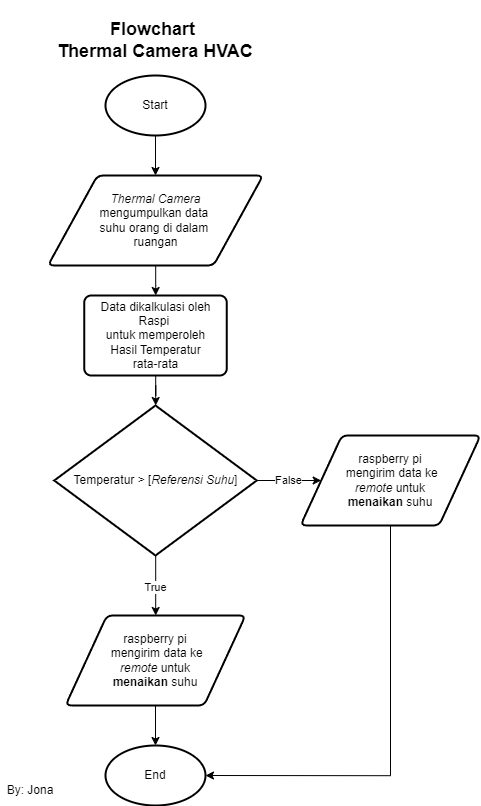
Before: doc/img/flowchart.png, a diagram exported from draw.io (robotjaol/thermal_cam_HVAC). Source tidied: cells renumbered, new cells last; positions are measured from the earlier drawing's top-left corner, leaving out a move shared by most shapes.
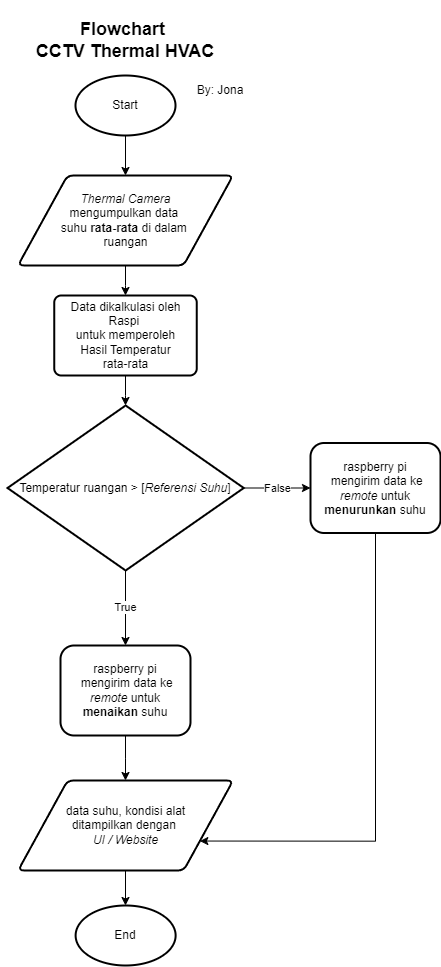
Above is the later version.

Change to the diagram source:
```diff
@@ -2,53 +2,66 @@
   <root>
     <mxCell id="0" />
     <mxCell id="1" parent="0" />
-    <mxCell id="2" style="edgeStyle=orthogonalEdgeStyle;rounded=0;jettySize=auto;html=1;" parent="1" edge="1" source="3" target="5">
-      <mxGeometry relative="1" as="geometry" />
-    </mxCell>
+    <mxCell id="18" style="group;" parent="1" vertex="1">
+      <mxGeometry x="1030" y="-960" width="440" height="965" as="geometry" />
+    </mxCell>
+    <mxCell id="19" style="edgeStyle=orthogonalEdgeStyle;rounded=0;jettySize=auto;html=1;" parent="18" edge="1" source="3" target="21">
+      <mxGeometry relative="1" as="geometry" />
+    </mxCell>
-    <mxCell id="3" value="Start" style="strokeWidth=2;html=1;shape=mxgraph.flowchart.start_1;whiteSpace=wrap;" parent="1" vertex="1">
-      <mxGeometry x="105" y="75" width="100" height="60" as="geometry" />
+    <mxCell id="3" value="Start" style="strokeWidth=2;html=1;shape=mxgraph.flowchart.start_1;whiteSpace=wrap;" parent="18" vertex="1">
+      <mxGeometry x="75" y="75" width="100" height="60" as="geometry" />
     </mxCell>
-    <mxCell id="4" style="edgeStyle=orthogonalEdgeStyle;rounded=0;jettySize=auto;html=1;" parent="1" edge="1" source="5" target="7">
-      <mxGeometry relative="1" as="geometry" />
-    </mxCell>
-    <mxCell id="5" value="&lt;i&gt;Thermal Camera&lt;/i&gt;&lt;div&gt;mengumpulkan data&amp;nbsp;&lt;/div&gt;&lt;div&gt;suhu orang di dalam&amp;nbsp;&lt;/div&gt;&lt;div&gt;ruangan&lt;/div&gt;" style="shape=parallelogram;html=1;strokeWidth=2;perimeter=parallelogramPerimeter;whiteSpace=wrap;rounded=1;arcSize=12;size=0.23;" parent="1" vertex="1">
-      <mxGeometry x="47.5" y="175" width="215" height="90" as="geometry" />
-    </mxCell>
-    <mxCell id="6" style="edgeStyle=orthogonalEdgeStyle;rounded=0;jettySize=auto;html=1;" parent="1" edge="1" source="7" target="10">
-      <mxGeometry relative="1" as="geometry" />
-    </mxCell>
+    <mxCell id="20" style="edgeStyle=orthogonalEdgeStyle;rounded=0;jettySize=auto;html=1;" parent="18" edge="1" source="21" target="7">
+      <mxGeometry relative="1" as="geometry" />
+    </mxCell>
+    <mxCell id="21" value="&lt;i&gt;Thermal Camera&lt;/i&gt;&lt;div&gt;mengumpulkan data&amp;nbsp;&lt;/div&gt;&lt;div&gt;suhu &lt;b&gt;rata-rata&lt;/b&gt; di dalam&amp;nbsp;&lt;/div&gt;&lt;div&gt;ruangan&lt;/div&gt;" style="shape=parallelogram;html=1;strokeWidth=2;perimeter=parallelogramPerimeter;whiteSpace=wrap;rounded=1;arcSize=12;size=0.23;" parent="18" vertex="1">
+      <mxGeometry x="17.5" y="175" width="215" height="90" as="geometry" />
+    </mxCell>
+    <mxCell id="22" style="edgeStyle=orthogonalEdgeStyle;rounded=0;jettySize=auto;html=1;" parent="18" edge="1" source="7" target="23">
+      <mxGeometry relative="1" as="geometry" />
+    </mxCell>
-    <mxCell id="7" value="Data dikalkulasi oleh Raspi&amp;nbsp;&lt;div&gt;untuk memperoleh&lt;/div&gt;&lt;div&gt;Hasil Temperatur&lt;/div&gt;&lt;div&gt;rata-rata&lt;/div&gt;" style="rounded=1;whiteSpace=wrap;html=1;absoluteArcSize=1;arcSize=14;strokeWidth=2;" parent="1" vertex="1">
-      <mxGeometry x="83.8" y="295" width="142.5" height="80" as="geometry" />
+    <mxCell id="7" value="Data dikalkulasi oleh Raspi&amp;nbsp;&lt;div&gt;untuk memperoleh&lt;/div&gt;&lt;div&gt;Hasil Temperatur&lt;/div&gt;&lt;div&gt;rata-rata&lt;/div&gt;" style="rounded=1;whiteSpace=wrap;html=1;absoluteArcSize=1;arcSize=14;strokeWidth=2;" parent="18" vertex="1">
+      <mxGeometry x="53.8" y="295" width="142.5" height="80" as="geometry" />
     </mxCell>
+    <mxCell id="9" value="False" style="edgeStyle=orthogonalEdgeStyle;rounded=0;jettySize=auto;html=1;" parent="18" edge="1" source="23" target="28">
+      <mxGeometry relative="1" as="geometry" />
+    </mxCell>
-    <mxCell id="8" value="True" style="edgeStyle=orthogonalEdgeStyle;rounded=0;jettySize=auto;html=1;" parent="1" edge="1" source="10" target="12">
+    <mxCell id="8" value="True" style="edgeStyle=orthogonalEdgeStyle;rounded=0;jettySize=auto;html=1;" parent="18" edge="1" source="23" target="26">
       <mxGeometry relative="1" as="geometry" />
     </mxCell>
-    <mxCell id="9" value="False" style="edgeStyle=orthogonalEdgeStyle;rounded=0;jettySize=auto;html=1;" parent="1" edge="1" source="10" target="13">
-      <mxGeometry relative="1" as="geometry" />
-    </mxCell>
-    <mxCell id="10" value="Temperatur &amp;gt; [&lt;i&gt;Referensi Suhu&lt;/i&gt;]" style="strokeWidth=2;html=1;shape=mxgraph.flowchart.decision;whiteSpace=wrap;" parent="1" vertex="1">
-      <mxGeometry x="53.8" y="405" width="202.5" height="150" as="geometry" />
-    </mxCell>
-    <mxCell id="11" style="edgeStyle=orthogonalEdgeStyle;rounded=0;jettySize=auto;html=1;" parent="1" edge="1" source="12" target="14">
-      <mxGeometry relative="1" as="geometry" />
-    </mxCell>
-    <mxCell id="12" value="&lt;div&gt;raspberry pi&lt;/div&gt;&amp;nbsp;mengirim data ke&lt;div&gt;&lt;i&gt;remote &lt;/i&gt;untuk&lt;/div&gt;&lt;div&gt;&lt;b&gt;menaikan&lt;/b&gt; suhu&lt;/div&gt;" style="shape=parallelogram;html=1;strokeWidth=2;perimeter=parallelogramPerimeter;whiteSpace=wrap;rounded=1;arcSize=12;size=0.23;" parent="1" vertex="1">
-      <mxGeometry x="65" y="615" width="180" height="90" as="geometry" />
-    </mxCell>
-    <mxCell id="13" value="&lt;div&gt;raspberry pi&lt;/div&gt;&amp;nbsp;mengirim data ke&lt;div&gt;&lt;i&gt;remote &lt;/i&gt;untuk&lt;/div&gt;&lt;div&gt;&lt;b&gt;menaikan&lt;/b&gt; suhu&lt;/div&gt;" style="shape=parallelogram;html=1;strokeWidth=2;perimeter=parallelogramPerimeter;whiteSpace=wrap;rounded=1;arcSize=12;size=0.23;" parent="1" vertex="1">
-      <mxGeometry x="300" y="435" width="180" height="90" as="geometry" />
-    </mxCell>
+    <mxCell id="23" value="Temperatur ruangan &amp;gt; [&lt;i&gt;Referensi Suhu&lt;/i&gt;]" style="strokeWidth=2;html=1;shape=mxgraph.flowchart.decision;whiteSpace=wrap;" parent="18" vertex="1">
+      <mxGeometry x="7" y="405" width="236.2" height="165" as="geometry" />
+    </mxCell>
+    <mxCell id="24" value="&lt;span style=&quot;font-size: 18px;&quot;&gt;&lt;b&gt;Flowchart&amp;nbsp;&lt;/b&gt;&lt;/span&gt;&lt;div&gt;&lt;span style=&quot;font-size: 18px;&quot;&gt;&lt;b&gt;CCTV Thermal HVAC&lt;/b&gt;&lt;/span&gt;&lt;/div&gt;" style="text;html=1;align=center;verticalAlign=middle;whiteSpace=wrap;rounded=0;" parent="18" vertex="1">
+      <mxGeometry width="250" height="80" as="geometry" />
+    </mxCell>
+    <mxCell id="17" value="By: Jona" style="text;html=1;align=center;verticalAlign=middle;whiteSpace=wrap;rounded=0;" parent="18" vertex="1">
+      <mxGeometry x="190.1" y="75" width="60" height="30" as="geometry" />
+    </mxCell>
+    <mxCell id="25" style="edgeStyle=orthogonalEdgeStyle;rounded=0;jettySize=auto;html=1;" parent="18" edge="1" source="26" target="30">
+      <mxGeometry relative="1" as="geometry" />
+    </mxCell>
+    <mxCell id="26" value="&lt;div&gt;raspberry pi&lt;/div&gt;&amp;nbsp;mengirim data ke&lt;div&gt;&lt;i&gt;remote&amp;nbsp;&lt;/i&gt;untuk&lt;/div&gt;&lt;div&gt;&lt;b&gt;menaikan&lt;/b&gt;&amp;nbsp;suhu&lt;/div&gt;" style="rounded=1;whiteSpace=wrap;html=1;strokeWidth=2;" parent="18" vertex="1">
+      <mxGeometry x="60" y="645" width="130" height="90" as="geometry" />
+    </mxCell>
+    <mxCell id="27" style="edgeStyle=orthogonalEdgeStyle;rounded=0;jettySize=auto;html=1;exitX=0.5;exitY=1;exitDx=0;exitDy=0;entryX=1;entryY=0.75;entryDx=0;entryDy=0;" parent="18" edge="1" source="28" target="30">
+      <mxGeometry relative="1" as="geometry">
+        <Array as="points">
+          <mxPoint x="375" y="841" />
+        </Array>
+      </mxGeometry>
+    </mxCell>
+    <mxCell id="28" value="&lt;div&gt;raspberry pi&lt;/div&gt;&amp;nbsp;mengirim data ke&lt;div&gt;&lt;i&gt;remote&amp;nbsp;&lt;/i&gt;untuk&lt;/div&gt;&lt;div&gt;&lt;b&gt;menurunkan&lt;/b&gt;&amp;nbsp;suhu&lt;/div&gt;" style="rounded=1;whiteSpace=wrap;html=1;strokeWidth=2;" parent="18" vertex="1">
+      <mxGeometry x="310" y="442.5" width="130" height="90" as="geometry" />
+    </mxCell>
+    <mxCell id="29" style="edgeStyle=orthogonalEdgeStyle;rounded=0;jettySize=auto;html=1;" parent="18" edge="1" source="30" target="14">
+      <mxGeometry relative="1" as="geometry" />
+    </mxCell>
+    <mxCell id="30" value="data suhu, kondisi alat&lt;div&gt;ditampilkan dengan&amp;nbsp;&lt;div&gt;&lt;i&gt;UI / Website&lt;/i&gt;&lt;/div&gt;&lt;/div&gt;" style="shape=parallelogram;html=1;strokeWidth=2;perimeter=parallelogramPerimeter;whiteSpace=wrap;rounded=1;arcSize=12;size=0.23;" parent="18" vertex="1">
+      <mxGeometry x="17.6" y="780" width="215" height="90" as="geometry" />
+    </mxCell>
-    <mxCell id="14" value="End" style="strokeWidth=2;html=1;shape=mxgraph.flowchart.start_1;whiteSpace=wrap;" parent="1" vertex="1">
-      <mxGeometry x="105" y="745" width="100" height="60" as="geometry" />
+    <mxCell id="14" value="End" style="strokeWidth=2;html=1;shape=mxgraph.flowchart.start_1;whiteSpace=wrap;" parent="18" vertex="1">
+      <mxGeometry x="75.1" y="905" width="100" height="60" as="geometry" />
     </mxCell>
-    <mxCell id="15" style="edgeStyle=orthogonalEdgeStyle;rounded=0;jettySize=auto;html=1;exitX=0.5;exitY=1;exitDx=0;exitDy=0;entryX=1;entryY=0.5;entryDx=0;entryDy=0;entryPerimeter=0;" parent="1" edge="1" source="13" target="14">
-      <mxGeometry relative="1" as="geometry" />
-    </mxCell>
-    <mxCell id="16" value="&lt;span style=&quot;font-size: 18px;&quot;&gt;&lt;b&gt;Flowchart&amp;nbsp;&lt;/b&gt;&lt;/span&gt;&lt;div&gt;&lt;span style=&quot;font-size: 18px;&quot;&gt;&lt;b&gt;Thermal Camera HVAC&lt;/b&gt;&lt;/span&gt;&lt;/div&gt;" style="text;html=1;align=center;verticalAlign=middle;whiteSpace=wrap;rounded=0;" parent="1" vertex="1">
-      <mxGeometry x="30" width="250" height="80" as="geometry" />
-    </mxCell>
-    <mxCell id="17" value="By: Jona" style="text;html=1;align=center;verticalAlign=middle;whiteSpace=wrap;rounded=0;" parent="1" vertex="1">
-      <mxGeometry y="775" width="60" height="30" as="geometry" />
-    </mxCell>
   </root>
 </mxGraphModel>
```
